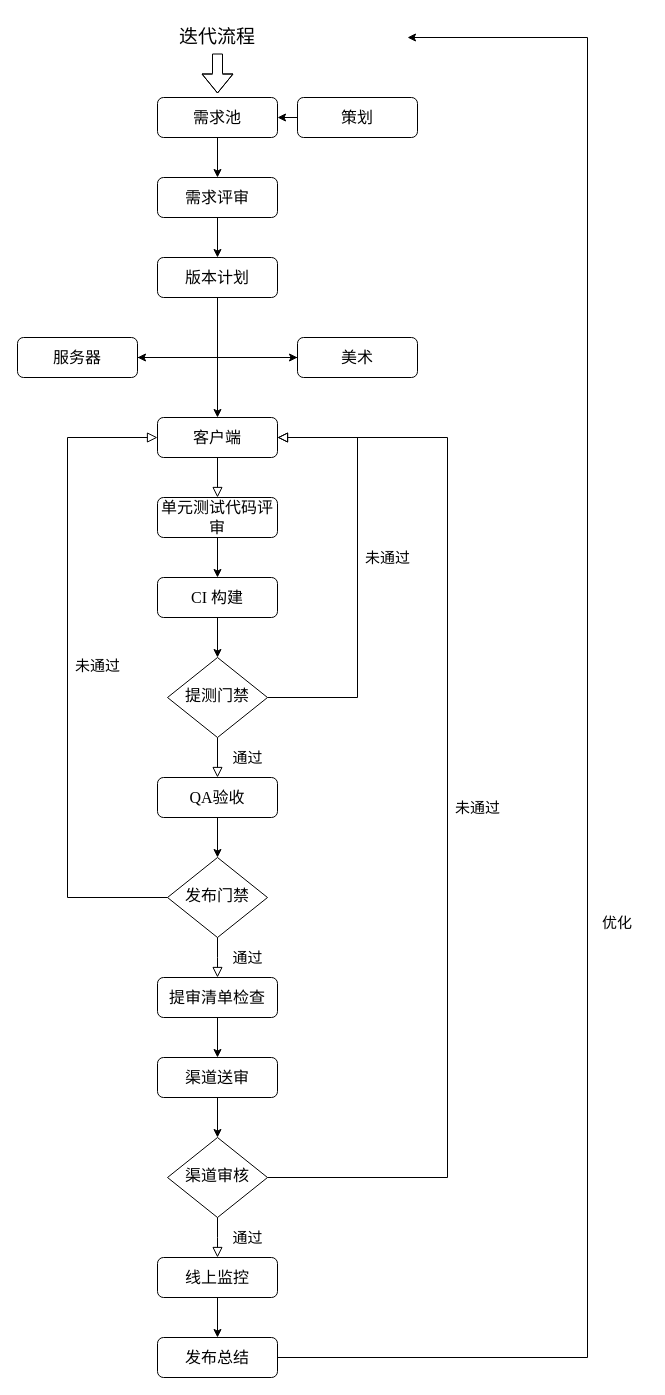
OS49Art/TowerDefense-GameFramework-Demo keeps this draw.io diagram as Doc/未命名绘图.drawio. Above is the earlier version. Source tidied: cells renumbered, new cells numbered last; positions are measured from the earlier drawing's top-left corner, leaving out a move shared by most shapes. Both pictures are drawn from the tidied source at 100%, with x=0, y=0 at pixel (17, 17).
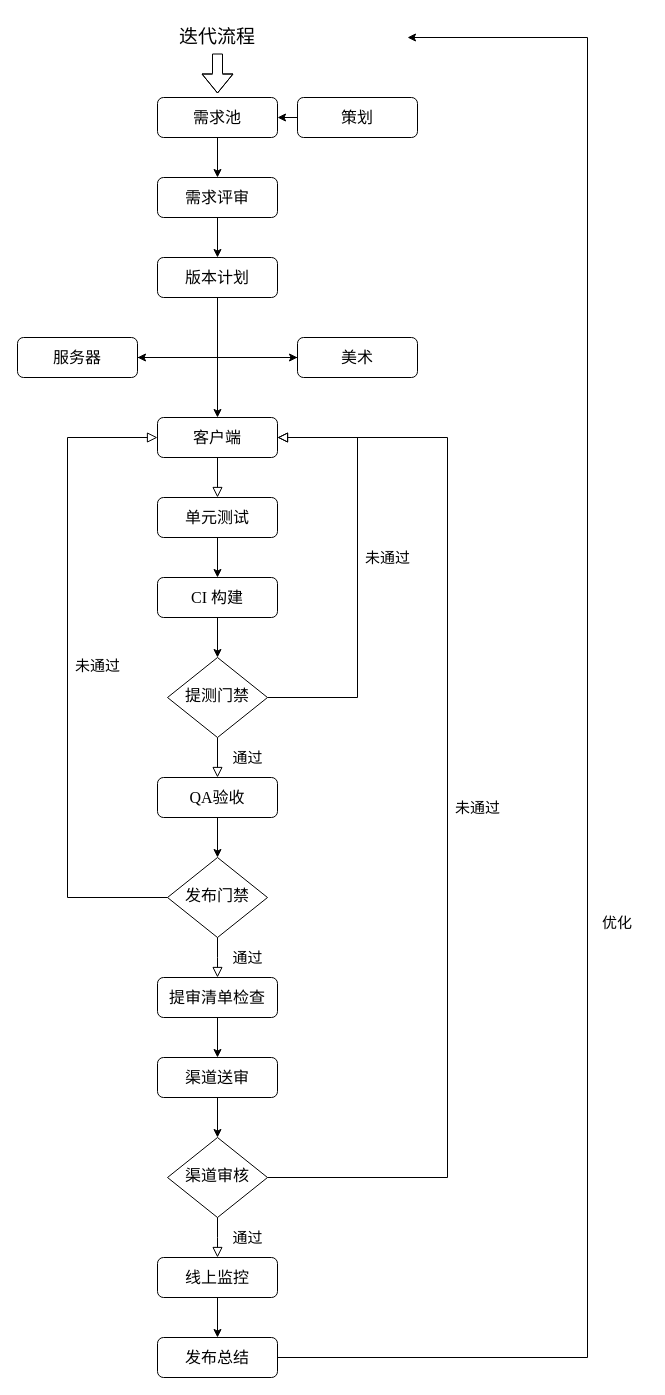
The same page after the edit.

Commit message:
更新未命名绘图.drawio

Diff of the diagram source:
```diff
@@
-    <mxCell id="5" value="单元测试代码评审" style="rounded=1;whiteSpace=wrap;html=1;fontSize=16;glass=0;strokeWidth=1;shadow=0;fontFamily=Times New Roman;" parent="1" vertex="1">
+    <mxCell id="5" value="单元测试" style="rounded=1;whiteSpace=wrap;html=1;fontSize=16;glass=0;strokeWidth=1;shadow=0;fontFamily=Times New Roman;" parent="1" vertex="1">
       <mxGeometry x="140" y="480" width="120" height="40" as="geometry" />
     </mxCell>
```
